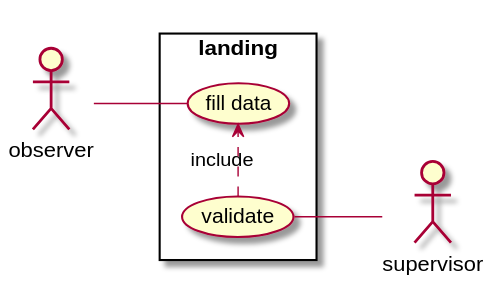
Earlier version of the PlantUML export dist/use-case/collect/landing.svg (sumaris-net/sumaris-doc).
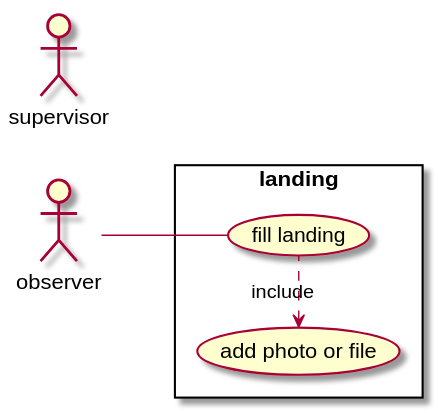
The same file after the commit.

Change to the diagram source:
```diff
@@ -6,8 +6,7 @@
 actor supervisor
 
 rectangle landing {
-  observer -- (fill data)
-  (validate) .> (fill data) : include
-  (validate) -- supervisor
+  observer -- (fill landing)
+  (add photo or file) <. (fill landing) : include
 }
 @enduml
```
